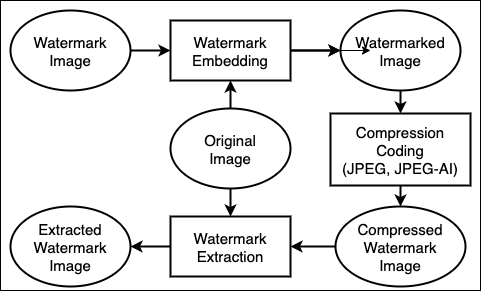
Earlier version of the draw.io export diagram_wtr.png (mawady/vcip21). Source tidied: cells renumbered, new cells last; positions are measured from the earlier drawing's top-left corner, leaving out a move shared by most shapes. The source it was exported from:
```xml
<mxGraphModel>
  <root>
    <mxCell id="0" />
    <mxCell id="1" parent="0" />
    <mxCell id="2" style="group;" parent="1" vertex="1">
      <mxGeometry width="480" height="290" as="geometry" />
    </mxCell>
    <mxCell id="3" style="rounded=0;whiteSpace=wrap;html=1;fontColor=#000000;strokeColor=#000000;fillColor=#FFFFFF;" parent="2" vertex="1">
      <mxGeometry width="480" height="290" as="geometry" />
    </mxCell>
    <mxCell id="4" value="Watermark&#10;Image" style="ellipse;fontStyle=0;fontSize=15;strokeWidth=2;strokeColor=#000000;fontColor=#000000;fillColor=none;" parent="2" vertex="1">
      <mxGeometry x="10" y="10" width="120" height="80" as="geometry" />
    </mxCell>
    <mxCell id="5" style="edgeStyle=orthogonalEdgeStyle;rounded=0;jettySize=auto;html=1;fontColor=#000000;" parent="2" edge="1" source="6">
      <mxGeometry relative="1" as="geometry">
        <mxPoint x="370" y="50" as="targetPoint" />
      </mxGeometry>
    </mxCell>
    <mxCell id="6" value="Watermark&#10;Embedding" style="rounded=0;strokeWidth=2;fontStyle=0;fontSize=15;strokeColor=#000000;fontColor=#000000;fillColor=none;" parent="2" vertex="1">
      <mxGeometry x="170" y="20" width="120" height="60" as="geometry" />
    </mxCell>
    <mxCell id="7" style="endArrow=classic;exitX=1;exitY=0.5;exitDx=0;exitDy=0;entryX=0;entryY=0.5;entryDx=0;entryDy=0;strokeWidth=2;fontSize=15;fontStyle=0;fontColor=#000000;strokeColor=#000000;" parent="2" edge="1" source="4" target="6">
      <mxGeometry x="10" y="10" as="geometry" />
    </mxCell>
    <mxCell id="8" value="Original&#10;Image" style="ellipse;strokeWidth=2;fontStyle=0;fontSize=15;strokeColor=#000000;fontColor=#000000;fillColor=none;" parent="2" vertex="1">
      <mxGeometry x="170" y="108" width="120" height="80" as="geometry" />
    </mxCell>
    <mxCell id="9" style="endArrow=classic;exitX=0.5;exitY=0;exitDx=0;exitDy=0;strokeWidth=2;fontSize=15;fontStyle=0;strokeColor=#000000;" parent="2" edge="1" source="8" target="6">
      <mxGeometry x="10" y="10" as="geometry" />
    </mxCell>
    <mxCell id="10" value="Watermarked&#10;Image" style="ellipse;strokeWidth=2;fontStyle=0;fontSize=15;strokeColor=#000000;fontColor=#000000;fillColor=none;" parent="2" vertex="1">
      <mxGeometry x="340" y="10" width="120" height="80" as="geometry" />
    </mxCell>
    <mxCell id="11" style="edgeStyle=orthogonalEdgeStyle;rounded=0;jettySize=auto;strokeWidth=2;fontSize=15;fontStyle=0;" parent="2" edge="1" source="6" target="10">
      <mxGeometry x="10" y="10" as="geometry" />
    </mxCell>
    <mxCell id="12" style="endArrow=classic;exitX=1;exitY=0.5;exitDx=0;exitDy=0;strokeWidth=2;fontSize=15;fontStyle=0;fontColor=#000000;strokeColor=#000000;" parent="2" edge="1" source="6">
      <mxGeometry x="10" y="10" as="geometry">
        <mxPoint x="340" y="50" as="targetPoint" />
      </mxGeometry>
    </mxCell>
    <mxCell id="13" value="Compression&#10;Coding&#10;(JPEG, JPEG-AI)" style="rounded=0;strokeWidth=2;fontStyle=0;fontSize=15;strokeColor=#000000;fontColor=#000000;fillColor=none;" parent="2" vertex="1">
      <mxGeometry x="330" y="113" width="140" height="72" as="geometry" />
    </mxCell>
    <mxCell id="14" style="endArrow=classic;entryX=0.5;entryY=0;entryDx=0;entryDy=0;strokeWidth=2;fontSize=15;fontStyle=0;strokeColor=#000000;" parent="2" edge="1" source="10" target="13">
      <mxGeometry x="10" y="10" as="geometry" />
    </mxCell>
    <mxCell id="15" value="Compressed&#10;Watermark&#10;Image" style="ellipse;strokeWidth=2;fontStyle=0;fontSize=15;strokeColor=#000000;fontColor=#000000;fillColor=none;" parent="2" vertex="1">
      <mxGeometry x="335" y="206" width="130" height="80" as="geometry" />
    </mxCell>
    <mxCell id="16" style="endArrow=classic;entryX=0.5;entryY=0;entryDx=0;entryDy=0;exitX=0.5;exitY=1;exitDx=0;exitDy=0;strokeWidth=2;fontSize=15;fontStyle=0;strokeColor=#000000;" parent="2" edge="1" source="13" target="15">
      <mxGeometry x="10" y="-2" as="geometry" />
    </mxCell>
    <mxCell id="17" value="Watermark&#10;Extraction" style="rounded=0;strokeWidth=2;fontStyle=0;fontSize=15;strokeColor=#000000;fontColor=#000000;fillColor=none;" parent="2" vertex="1">
      <mxGeometry x="170" y="216" width="120" height="60" as="geometry" />
    </mxCell>
    <mxCell id="18" style="endArrow=classic;entryX=1;entryY=0.5;entryDx=0;entryDy=0;exitX=0;exitY=0.5;exitDx=0;exitDy=0;strokeWidth=2;fontSize=15;fontStyle=0;fontColor=#000000;strokeColor=#000000;" parent="2" edge="1" source="15" target="17">
      <mxGeometry x="10" y="-2" as="geometry" />
    </mxCell>
    <mxCell id="19" value="Extracted&#10;Watermark&#10;Image" style="ellipse;strokeWidth=2;fontStyle=0;fontSize=15;strokeColor=#000000;fontColor=#000000;fillColor=none;" parent="2" vertex="1">
      <mxGeometry x="10" y="206" width="120" height="80" as="geometry" />
    </mxCell>
    <mxCell id="20" style="endArrow=classic;entryX=1;entryY=0.5;entryDx=0;entryDy=0;exitX=0;exitY=0.5;exitDx=0;exitDy=0;strokeWidth=2;fontSize=15;fontStyle=0;fontColor=#000000;strokeColor=#000000;" parent="2" edge="1" source="17" target="19">
      <mxGeometry x="10" y="-2" as="geometry" />
    </mxCell>
    <mxCell id="21" style="endArrow=classic;exitX=0.5;exitY=1;exitDx=0;exitDy=0;entryX=0.5;entryY=0;entryDx=0;entryDy=0;strokeWidth=2;fontSize=15;fontStyle=0;strokeColor=#000000;" parent="2" edge="1" source="8" target="17">
      <mxGeometry x="20" y="8" as="geometry" />
    </mxCell>
  </root>
</mxGraphModel>
```
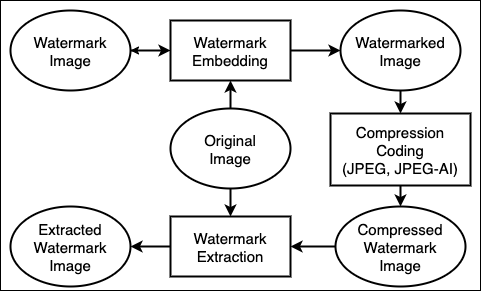
Above is the later version.

Commit message:
update the watermarking diagram!

Diff of the diagram source:
```diff
@@ -11,11 +11,9 @@
     <mxCell id="4" value="Watermark&#10;Image" style="ellipse;fontStyle=0;fontSize=15;strokeWidth=2;strokeColor=#000000;fontColor=#000000;fillColor=none;" parent="2" vertex="1">
       <mxGeometry x="10" y="10" width="120" height="80" as="geometry" />
     </mxCell>
-    <mxCell id="5" style="edgeStyle=orthogonalEdgeStyle;rounded=0;jettySize=auto;html=1;fontColor=#000000;" parent="2" edge="1" source="6">
-      <mxGeometry relative="1" as="geometry">
-        <mxPoint x="370" y="50" as="targetPoint" />
-      </mxGeometry>
-    </mxCell>
+    <mxCell id="22" style="edgeStyle=orthogonalEdgeStyle;rounded=0;jettySize=auto;html=1;" parent="2" edge="1" source="6" target="4">
+      <mxGeometry relative="1" as="geometry" />
+    </mxCell>
     <mxCell id="6" value="Watermark&#10;Embedding" style="rounded=0;strokeWidth=2;fontStyle=0;fontSize=15;strokeColor=#000000;fontColor=#000000;fillColor=none;" parent="2" vertex="1">
       <mxGeometry x="170" y="20" width="120" height="60" as="geometry" />
     </mxCell>
@@ -31,14 +29,6 @@
     <mxCell id="10" value="Watermarked&#10;Image" style="ellipse;strokeWidth=2;fontStyle=0;fontSize=15;strokeColor=#000000;fontColor=#000000;fillColor=none;" parent="2" vertex="1">
       <mxGeometry x="340" y="10" width="120" height="80" as="geometry" />
     </mxCell>
-    <mxCell id="11" style="edgeStyle=orthogonalEdgeStyle;rounded=0;jettySize=auto;strokeWidth=2;fontSize=15;fontStyle=0;" parent="2" edge="1" source="6" target="10">
-      <mxGeometry x="10" y="10" as="geometry" />
-    </mxCell>
-    <mxCell id="12" style="endArrow=classic;exitX=1;exitY=0.5;exitDx=0;exitDy=0;strokeWidth=2;fontSize=15;fontStyle=0;fontColor=#000000;strokeColor=#000000;" parent="2" edge="1" source="6">
-      <mxGeometry x="10" y="10" as="geometry">
-        <mxPoint x="340" y="50" as="targetPoint" />
-      </mxGeometry>
-    </mxCell>
     <mxCell id="13" value="Compression&#10;Coding&#10;(JPEG, JPEG-AI)" style="rounded=0;strokeWidth=2;fontStyle=0;fontSize=15;strokeColor=#000000;fontColor=#000000;fillColor=none;" parent="2" vertex="1">
       <mxGeometry x="330" y="113" width="140" height="72" as="geometry" />
     </mxCell>
@@ -66,5 +56,11 @@
     <mxCell id="21" style="endArrow=classic;exitX=0.5;exitY=1;exitDx=0;exitDy=0;entryX=0.5;entryY=0;entryDx=0;entryDy=0;strokeWidth=2;fontSize=15;fontStyle=0;strokeColor=#000000;" parent="2" edge="1" source="8" target="17">
       <mxGeometry x="20" y="8" as="geometry" />
     </mxCell>
+    <mxCell id="23" style="endArrow=classic;strokeWidth=2;fontSize=15;fontStyle=0;fontColor=#000000;strokeColor=#000000;" parent="1" edge="1">
+      <mxGeometry x="99" y="20" as="geometry">
+        <mxPoint x="290" y="50" as="sourcePoint" />
+        <mxPoint x="340" y="50" as="targetPoint" />
+      </mxGeometry>
+    </mxCell>
   </root>
 </mxGraphModel>
```
